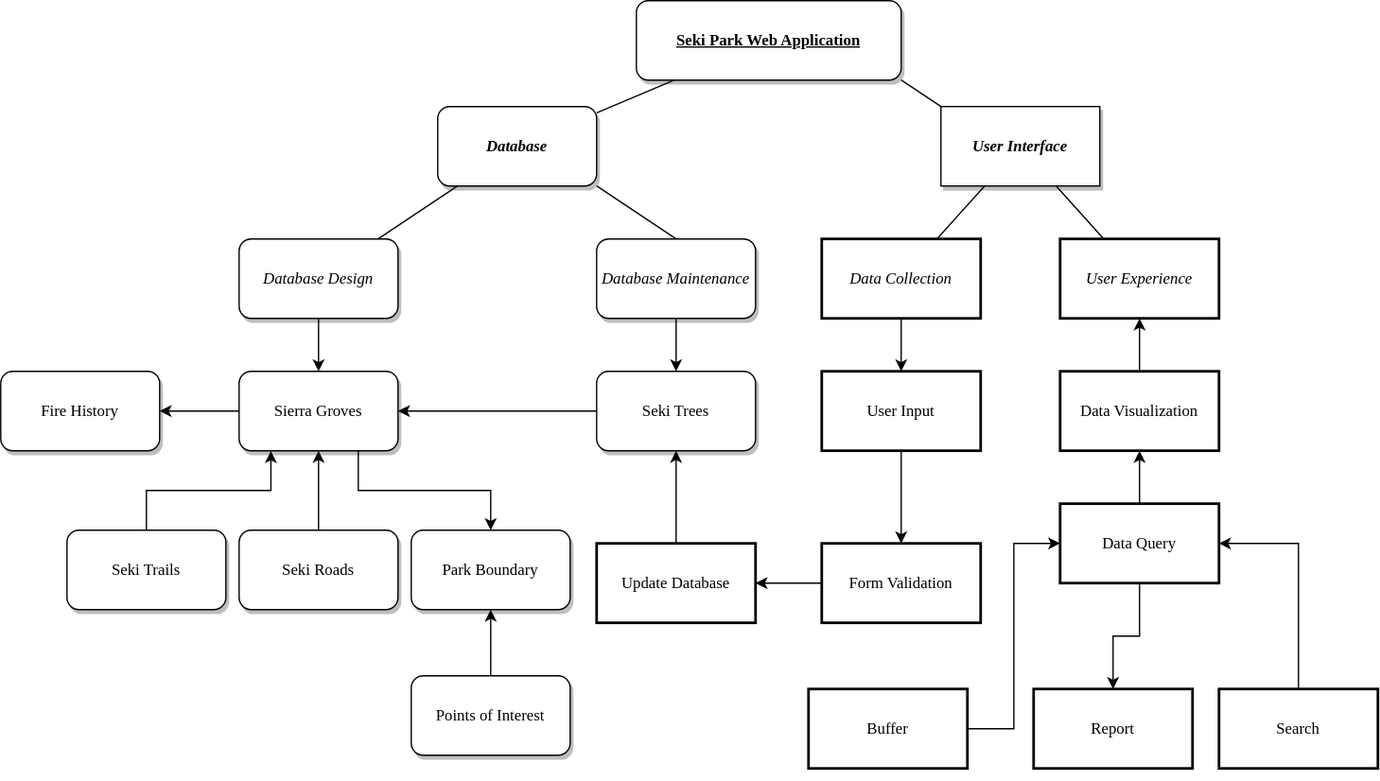
Earlier version of the draw.io export ImplementationDiagram.svg (GrubeG/Geog777_Project2). Source tidied: cells renumbered, new cells last; positions are measured from the earlier drawing's top-left corner, leaving out a move shared by most shapes. Source of this version:
```xml
<mxGraphModel>
  <root>
    <mxCell id="0" />
    <mxCell id="1" parent="0" />
    <mxCell id="2" value="Seki Park Web Application" style="whiteSpace=wrap;html=1;rounded=1;shadow=1;labelBackgroundColor=none;strokeWidth=1;fontFamily=Verdana;fontSize=12;align=center;glass=0;sketch=0;fontStyle=5;" parent="1" vertex="1">
      <mxGeometry x="480" width="200" height="60" as="geometry" />
    </mxCell>
    <mxCell id="3" value="&lt;span&gt;Database&lt;/span&gt;" style="whiteSpace=wrap;html=1;rounded=1;shadow=1;labelBackgroundColor=none;strokeWidth=1;fontFamily=Verdana;fontSize=12;align=center;fontStyle=3;" parent="1" vertex="1">
      <mxGeometry x="330" y="80" width="120" height="60" as="geometry" />
    </mxCell>
    <mxCell id="4" value="&lt;span&gt;User Interface&lt;/span&gt;" style="whiteSpace=wrap;html=1;rounded=0;shadow=1;labelBackgroundColor=none;strokeWidth=1;fontFamily=Verdana;fontSize=12;align=center;fontStyle=3;" parent="1" vertex="1">
      <mxGeometry x="710" y="80" width="120" height="60" as="geometry" />
    </mxCell>
    <mxCell id="5" style="rounded=0;html=1;labelBackgroundColor=none;startArrow=none;startFill=0;startSize=5;endArrow=none;endFill=0;endSize=5;jettySize=auto;strokeWidth=1;fontFamily=Verdana;fontSize=12;" parent="1" edge="1" source="2" target="3">
      <mxGeometry x="0.02" y="-43" relative="1" as="geometry" />
    </mxCell>
    <mxCell id="6" style="edgeStyle=orthogonalEdgeStyle;rounded=0;jettySize=auto;html=1;fontFamily=Verdana;fontSize=12;fontColor=default;" parent="1" edge="1" source="7" target="15">
      <mxGeometry relative="1" as="geometry" />
    </mxCell>
    <mxCell id="7" value="&lt;span&gt;Database Design&lt;/span&gt;" style="whiteSpace=wrap;html=1;rounded=1;shadow=1;labelBackgroundColor=none;strokeWidth=1;fontFamily=Verdana;fontSize=12;align=center;fontStyle=2;" parent="1" vertex="1">
      <mxGeometry x="180" y="180" width="120" height="60" as="geometry" />
    </mxCell>
    <mxCell id="8" style="edgeStyle=orthogonalEdgeStyle;rounded=0;jettySize=auto;html=1;" parent="1" edge="1" source="9" target="39">
      <mxGeometry relative="1" as="geometry" />
    </mxCell>
    <mxCell id="9" value="&lt;span&gt;Database Maintenance&lt;/span&gt;" style="whiteSpace=wrap;html=1;rounded=1;shadow=1;labelBackgroundColor=none;strokeWidth=1;fontFamily=Verdana;fontSize=12;align=center;fontStyle=2;" parent="1" vertex="1">
      <mxGeometry x="450" y="180" width="120" height="60" as="geometry" />
    </mxCell>
    <mxCell id="10" style="edgeStyle=orthogonalEdgeStyle;rounded=0;jettySize=auto;html=1;" parent="1" edge="1" source="11" target="29">
      <mxGeometry relative="1" as="geometry" />
    </mxCell>
    <mxCell id="11" value="&lt;span&gt;Data Collection&lt;/span&gt;" style="whiteSpace=wrap;html=1;rounded=0;shadow=0;labelBackgroundColor=none;strokeWidth=2;fontFamily=Verdana;fontSize=12;align=center;fontStyle=2;" parent="1" vertex="1">
      <mxGeometry x="620" y="180" width="120" height="60" as="geometry" />
    </mxCell>
    <mxCell id="12" value="&lt;span&gt;User Experience&lt;/span&gt;" style="whiteSpace=wrap;html=1;rounded=0;shadow=0;labelBackgroundColor=none;strokeWidth=2;fontFamily=Verdana;fontSize=12;align=center;fontStyle=2;" parent="1" vertex="1">
      <mxGeometry x="800" y="180" width="120" height="60" as="geometry" />
    </mxCell>
    <mxCell id="13" style="edgeStyle=orthogonalEdgeStyle;rounded=0;jettySize=auto;html=1;" parent="1" edge="1" source="15" target="32">
      <mxGeometry relative="1" as="geometry" />
    </mxCell>
    <mxCell id="14" style="edgeStyle=orthogonalEdgeStyle;rounded=0;jettySize=auto;html=1;exitX=0.75;exitY=1;exitDx=0;exitDy=0;" parent="1" edge="1" source="15" target="33">
      <mxGeometry relative="1" as="geometry" />
    </mxCell>
    <mxCell id="15" value="&lt;span&gt;Sierra Groves&lt;/span&gt;" style="whiteSpace=wrap;html=1;rounded=1;shadow=1;labelBackgroundColor=none;strokeWidth=1;fontFamily=Verdana;fontSize=12;align=center;" parent="1" vertex="1">
      <mxGeometry x="180" y="280" width="120" height="60" as="geometry" />
    </mxCell>
    <mxCell id="16" style="rounded=0;html=1;labelBackgroundColor=none;startArrow=none;startFill=0;startSize=5;endArrow=none;endFill=0;endSize=5;jettySize=auto;strokeWidth=1;fontFamily=Verdana;fontSize=12;" parent="1" edge="1" source="3" target="7">
      <mxGeometry x="1" y="-297" relative="1" as="geometry">
        <mxPoint x="-76" y="199" as="offset" />
      </mxGeometry>
    </mxCell>
    <mxCell id="17" style="rounded=0;html=1;labelBackgroundColor=none;startArrow=none;startFill=0;startSize=5;endArrow=none;endFill=0;endSize=5;jettySize=auto;strokeWidth=1;fontFamily=Verdana;fontSize=12;" parent="1" edge="1" source="4" target="11">
      <mxGeometry x="1" y="-90" relative="1" as="geometry" />
    </mxCell>
    <mxCell id="18" style="rounded=0;html=1;labelBackgroundColor=none;startArrow=none;startFill=0;startSize=5;endArrow=none;endFill=0;endSize=5;jettySize=auto;strokeWidth=1;fontFamily=Verdana;fontSize=12;" parent="1" edge="1" source="4" target="12">
      <mxGeometry x="1" y="98" relative="1" as="geometry">
        <mxPoint x="4" y="5" as="offset" />
      </mxGeometry>
    </mxCell>
    <mxCell id="19" style="edgeStyle=orthogonalEdgeStyle;rounded=0;jettySize=auto;html=1;fontFamily=Verdana;fontSize=12;fontColor=default;" parent="1" edge="1" source="20" target="12">
      <mxGeometry relative="1" as="geometry" />
    </mxCell>
    <mxCell id="20" value="&lt;span&gt;Data Visualization&lt;/span&gt;" style="whiteSpace=wrap;html=1;rounded=0;shadow=0;labelBackgroundColor=none;strokeWidth=2;fontFamily=Verdana;fontSize=12;align=center;" parent="1" vertex="1">
      <mxGeometry x="800" y="280" width="120" height="60" as="geometry" />
    </mxCell>
    <mxCell id="21" style="edgeStyle=orthogonalEdgeStyle;rounded=0;jettySize=auto;html=1;fontFamily=Verdana;fontSize=12;fontColor=default;" parent="1" edge="1" source="23" target="20">
      <mxGeometry relative="1" as="geometry" />
    </mxCell>
    <mxCell id="22" style="edgeStyle=orthogonalEdgeStyle;rounded=0;jettySize=auto;html=1;fontFamily=Verdana;fontSize=12;fontColor=default;" parent="1" edge="1" source="23" target="45">
      <mxGeometry relative="1" as="geometry" />
    </mxCell>
    <mxCell id="23" value="&lt;span&gt;Data Query&lt;/span&gt;" style="whiteSpace=wrap;html=1;rounded=0;shadow=0;labelBackgroundColor=none;strokeWidth=2;fontFamily=Verdana;fontSize=12;align=center;" parent="1" vertex="1">
      <mxGeometry x="800" y="380" width="120" height="60" as="geometry" />
    </mxCell>
    <mxCell id="24" style="edgeStyle=orthogonalEdgeStyle;rounded=0;jettySize=auto;html=1;entryX=0;entryY=0.5;entryDx=0;entryDy=0;fontFamily=Verdana;fontSize=12;fontColor=default;" parent="1" edge="1" source="25" target="23">
      <mxGeometry relative="1" as="geometry" />
    </mxCell>
    <mxCell id="25" value="&lt;span&gt;Buffer&lt;/span&gt;" style="whiteSpace=wrap;html=1;rounded=0;shadow=0;labelBackgroundColor=none;strokeWidth=2;fontFamily=Verdana;fontSize=12;align=center;" parent="1" vertex="1">
      <mxGeometry x="610" y="520" width="120" height="60" as="geometry" />
    </mxCell>
    <mxCell id="26" style="edgeStyle=orthogonalEdgeStyle;rounded=0;jettySize=auto;html=1;entryX=1;entryY=0.5;entryDx=0;entryDy=0;fontFamily=Verdana;fontSize=12;fontColor=default;" parent="1" edge="1" source="27" target="23">
      <mxGeometry relative="1" as="geometry" />
    </mxCell>
    <mxCell id="27" value="&lt;span&gt;Search&lt;/span&gt;" style="whiteSpace=wrap;html=1;rounded=0;shadow=0;labelBackgroundColor=none;strokeWidth=2;fontFamily=Verdana;fontSize=12;align=center;" parent="1" vertex="1">
      <mxGeometry x="920" y="520" width="120" height="60" as="geometry" />
    </mxCell>
    <mxCell id="28" style="edgeStyle=orthogonalEdgeStyle;rounded=0;jettySize=auto;html=1;" parent="1" edge="1" source="29" target="41">
      <mxGeometry relative="1" as="geometry" />
    </mxCell>
    <mxCell id="29" value="&lt;span&gt;User Input&lt;/span&gt;" style="whiteSpace=wrap;html=1;rounded=0;shadow=0;labelBackgroundColor=none;strokeWidth=2;fontFamily=Verdana;fontSize=12;align=center;" parent="1" vertex="1">
      <mxGeometry x="620" y="280" width="120" height="60" as="geometry" />
    </mxCell>
    <mxCell id="30" style="edgeStyle=orthogonalEdgeStyle;rounded=0;jettySize=auto;html=1;entryX=0.5;entryY=1;entryDx=0;entryDy=0;" parent="1" edge="1" source="31" target="15">
      <mxGeometry relative="1" as="geometry" />
    </mxCell>
    <mxCell id="31" value="&lt;span&gt;Seki Roads&lt;/span&gt;" style="whiteSpace=wrap;html=1;rounded=1;shadow=1;labelBackgroundColor=none;strokeWidth=1;fontFamily=Verdana;fontSize=12;align=center;" parent="1" vertex="1">
      <mxGeometry x="180" y="400" width="120" height="60" as="geometry" />
    </mxCell>
    <mxCell id="32" value="&lt;span&gt;Fire History&lt;/span&gt;" style="whiteSpace=wrap;html=1;rounded=1;shadow=1;labelBackgroundColor=none;strokeWidth=1;fontFamily=Verdana;fontSize=12;align=center;" parent="1" vertex="1">
      <mxGeometry y="280" width="120" height="60" as="geometry" />
    </mxCell>
    <mxCell id="33" value="&lt;span&gt;Park Boundary&lt;/span&gt;" style="whiteSpace=wrap;html=1;rounded=1;shadow=1;labelBackgroundColor=none;strokeWidth=1;fontFamily=Verdana;fontSize=12;align=center;" parent="1" vertex="1">
      <mxGeometry x="310" y="400" width="120" height="60" as="geometry" />
    </mxCell>
    <mxCell id="34" style="edgeStyle=orthogonalEdgeStyle;rounded=0;jettySize=auto;html=1;" parent="1" edge="1" source="35" target="33">
      <mxGeometry relative="1" as="geometry" />
    </mxCell>
    <mxCell id="35" value="&lt;span&gt;Points of Interest&lt;/span&gt;" style="whiteSpace=wrap;html=1;rounded=1;shadow=1;labelBackgroundColor=none;strokeWidth=1;fontFamily=Verdana;fontSize=12;align=center;" parent="1" vertex="1">
      <mxGeometry x="310" y="510" width="120" height="60" as="geometry" />
    </mxCell>
    <mxCell id="36" style="edgeStyle=orthogonalEdgeStyle;rounded=0;jettySize=auto;html=1;entryX=0.2;entryY=1.003;entryDx=0;entryDy=0;entryPerimeter=0;" parent="1" edge="1" source="37" target="15">
      <mxGeometry relative="1" as="geometry">
        <Array as="points">
          <mxPoint x="110" y="370" />
          <mxPoint x="204" y="370" />
        </Array>
      </mxGeometry>
    </mxCell>
    <mxCell id="37" value="&lt;span&gt;Seki Trails&lt;/span&gt;" style="whiteSpace=wrap;html=1;rounded=1;shadow=1;labelBackgroundColor=none;strokeWidth=1;fontFamily=Verdana;fontSize=12;align=center;" parent="1" vertex="1">
      <mxGeometry x="50" y="400" width="120" height="60" as="geometry" />
    </mxCell>
    <mxCell id="38" style="edgeStyle=orthogonalEdgeStyle;rounded=0;jettySize=auto;html=1;entryX=1;entryY=0.5;entryDx=0;entryDy=0;" parent="1" edge="1" source="39" target="15">
      <mxGeometry relative="1" as="geometry" />
    </mxCell>
    <mxCell id="39" value="&lt;span&gt;Seki Trees&lt;/span&gt;" style="whiteSpace=wrap;html=1;rounded=1;shadow=1;labelBackgroundColor=none;strokeWidth=1;fontFamily=Verdana;fontSize=12;align=center;" parent="1" vertex="1">
      <mxGeometry x="450" y="280" width="120" height="60" as="geometry" />
    </mxCell>
    <mxCell id="40" style="edgeStyle=orthogonalEdgeStyle;rounded=0;jettySize=auto;html=1;" parent="1" edge="1" source="41" target="43">
      <mxGeometry relative="1" as="geometry" />
    </mxCell>
    <mxCell id="41" value="&lt;span&gt;Form Validation&lt;/span&gt;" style="whiteSpace=wrap;html=1;rounded=0;shadow=0;labelBackgroundColor=none;strokeWidth=2;fontFamily=Verdana;fontSize=12;align=center;" parent="1" vertex="1">
      <mxGeometry x="620" y="410" width="120" height="60" as="geometry" />
    </mxCell>
    <mxCell id="42" style="edgeStyle=orthogonalEdgeStyle;rounded=0;jettySize=auto;html=1;" parent="1" edge="1" source="43" target="39">
      <mxGeometry relative="1" as="geometry" />
    </mxCell>
    <mxCell id="43" value="&lt;span&gt;Update Database&lt;/span&gt;" style="whiteSpace=wrap;html=1;rounded=0;shadow=0;labelBackgroundColor=none;strokeWidth=2;fontFamily=Verdana;fontSize=12;align=center;" parent="1" vertex="1">
      <mxGeometry x="450" y="410" width="120" height="60" as="geometry" />
    </mxCell>
    <mxCell id="44" style="edgeStyle=orthogonalEdgeStyle;rounded=0;orthogonalLoop=1;jettySize=auto;html=1;exitX=0.5;exitY=1;exitDx=0;exitDy=0;fontFamily=Verdana;fontSize=12;fontColor=default;" parent="1" edge="1" source="25" target="25">
      <mxGeometry relative="1" as="geometry" />
    </mxCell>
    <mxCell id="45" value="&lt;span&gt;Report&lt;/span&gt;" style="whiteSpace=wrap;html=1;rounded=0;shadow=0;labelBackgroundColor=none;strokeWidth=2;fontFamily=Verdana;fontSize=12;align=center;" parent="1" vertex="1">
      <mxGeometry x="780" y="520" width="120" height="60" as="geometry" />
    </mxCell>
    <mxCell id="46" style="rounded=0;html=1;labelBackgroundColor=none;startArrow=none;startFill=0;startSize=5;endArrow=none;endFill=0;endSize=5;jettySize=auto;strokeWidth=1;fontFamily=Verdana;fontSize=12;entryX=1;entryY=1;entryDx=0;entryDy=0;exitX=0.5;exitY=0;exitDx=0;exitDy=0;" parent="1" edge="1" source="9" target="3">
      <mxGeometry x="1" y="-90" relative="1" as="geometry" />
    </mxCell>
    <mxCell id="47" style="rounded=0;html=1;labelBackgroundColor=none;startArrow=none;startFill=0;startSize=5;endArrow=none;endFill=0;endSize=5;jettySize=auto;strokeWidth=1;fontFamily=Verdana;fontSize=12;exitX=1;exitY=1;exitDx=0;exitDy=0;entryX=0;entryY=0;entryDx=0;entryDy=0;" parent="1" edge="1" source="2" target="4">
      <mxGeometry x="0.02" y="-43" relative="1" as="geometry" />
    </mxCell>
  </root>
</mxGraphModel>
```
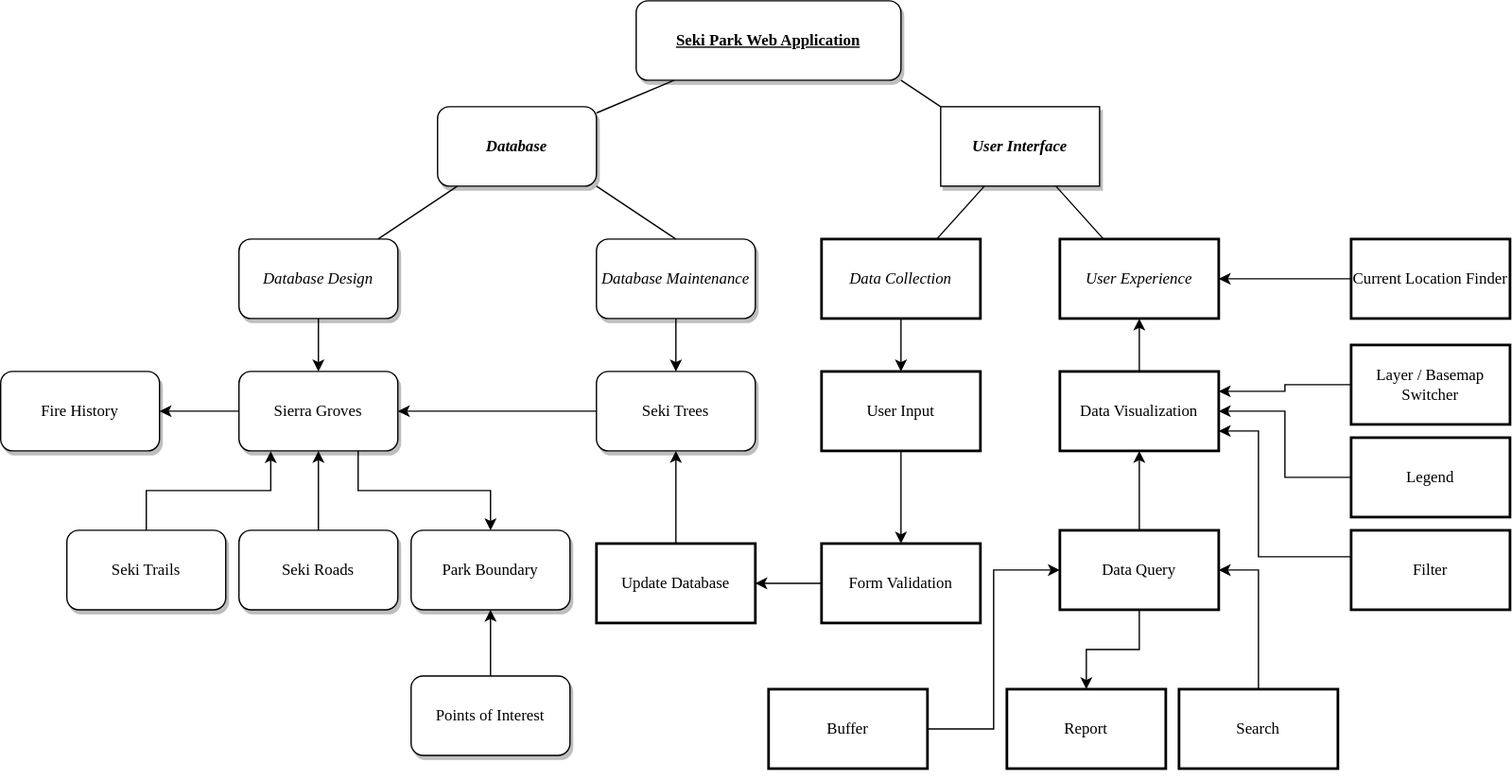
The same diagram one commit later.

Change to the diagram source:
```diff
@@ -70,19 +70,19 @@
       <mxGeometry relative="1" as="geometry" />
     </mxCell>
     <mxCell id="23" value="&lt;span&gt;Data Query&lt;/span&gt;" style="whiteSpace=wrap;html=1;rounded=0;shadow=0;labelBackgroundColor=none;strokeWidth=2;fontFamily=Verdana;fontSize=12;align=center;" parent="1" vertex="1">
-      <mxGeometry x="800" y="380" width="120" height="60" as="geometry" />
+      <mxGeometry x="800" y="400" width="120" height="60" as="geometry" />
     </mxCell>
     <mxCell id="24" style="edgeStyle=orthogonalEdgeStyle;rounded=0;jettySize=auto;html=1;entryX=0;entryY=0.5;entryDx=0;entryDy=0;fontFamily=Verdana;fontSize=12;fontColor=default;" parent="1" edge="1" source="25" target="23">
       <mxGeometry relative="1" as="geometry" />
     </mxCell>
     <mxCell id="25" value="&lt;span&gt;Buffer&lt;/span&gt;" style="whiteSpace=wrap;html=1;rounded=0;shadow=0;labelBackgroundColor=none;strokeWidth=2;fontFamily=Verdana;fontSize=12;align=center;" parent="1" vertex="1">
-      <mxGeometry x="610" y="520" width="120" height="60" as="geometry" />
+      <mxGeometry x="580" y="520" width="120" height="60" as="geometry" />
     </mxCell>
     <mxCell id="26" style="edgeStyle=orthogonalEdgeStyle;rounded=0;jettySize=auto;html=1;entryX=1;entryY=0.5;entryDx=0;entryDy=0;fontFamily=Verdana;fontSize=12;fontColor=default;" parent="1" edge="1" source="27" target="23">
       <mxGeometry relative="1" as="geometry" />
     </mxCell>
     <mxCell id="27" value="&lt;span&gt;Search&lt;/span&gt;" style="whiteSpace=wrap;html=1;rounded=0;shadow=0;labelBackgroundColor=none;strokeWidth=2;fontFamily=Verdana;fontSize=12;align=center;" parent="1" vertex="1">
-      <mxGeometry x="920" y="520" width="120" height="60" as="geometry" />
+      <mxGeometry x="890" y="520" width="120" height="60" as="geometry" />
     </mxCell>
     <mxCell id="28" style="edgeStyle=orthogonalEdgeStyle;rounded=0;jettySize=auto;html=1;" parent="1" edge="1" source="29" target="41">
       <mxGeometry relative="1" as="geometry" />
@@ -141,7 +141,7 @@
       <mxGeometry relative="1" as="geometry" />
     </mxCell>
     <mxCell id="45" value="&lt;span&gt;Report&lt;/span&gt;" style="whiteSpace=wrap;html=1;rounded=0;shadow=0;labelBackgroundColor=none;strokeWidth=2;fontFamily=Verdana;fontSize=12;align=center;" parent="1" vertex="1">
-      <mxGeometry x="780" y="520" width="120" height="60" as="geometry" />
+      <mxGeometry x="760" y="520" width="120" height="60" as="geometry" />
     </mxCell>
     <mxCell id="46" style="rounded=0;html=1;labelBackgroundColor=none;startArrow=none;startFill=0;startSize=5;endArrow=none;endFill=0;endSize=5;jettySize=auto;strokeWidth=1;fontFamily=Verdana;fontSize=12;entryX=1;entryY=1;entryDx=0;entryDy=0;exitX=0.5;exitY=0;exitDx=0;exitDy=0;" parent="1" edge="1" source="9" target="3">
       <mxGeometry x="1" y="-90" relative="1" as="geometry" />
@@ -149,5 +149,34 @@
     <mxCell id="47" style="rounded=0;html=1;labelBackgroundColor=none;startArrow=none;startFill=0;startSize=5;endArrow=none;endFill=0;endSize=5;jettySize=auto;strokeWidth=1;fontFamily=Verdana;fontSize=12;exitX=1;exitY=1;exitDx=0;exitDy=0;entryX=0;entryY=0;entryDx=0;entryDy=0;" parent="1" edge="1" source="2" target="4">
       <mxGeometry x="0.02" y="-43" relative="1" as="geometry" />
     </mxCell>
+    <mxCell id="48" style="edgeStyle=orthogonalEdgeStyle;rounded=0;jettySize=auto;html=1;" parent="1" edge="1" source="49" target="12">
+      <mxGeometry relative="1" as="geometry" />
+    </mxCell>
+    <mxCell id="49" value="&lt;span&gt;Current Location Finder&lt;/span&gt;" style="whiteSpace=wrap;html=1;rounded=0;shadow=0;labelBackgroundColor=none;strokeWidth=2;fontFamily=Verdana;fontSize=12;align=center;" parent="1" vertex="1">
+      <mxGeometry x="1020" y="180" width="120" height="60" as="geometry" />
+    </mxCell>
+    <mxCell id="50" style="edgeStyle=orthogonalEdgeStyle;rounded=0;jettySize=auto;html=1;entryX=1;entryY=0.25;entryDx=0;entryDy=0;" parent="1" edge="1" source="51" target="20">
+      <mxGeometry relative="1" as="geometry" />
+    </mxCell>
+    <mxCell id="51" value="&lt;span&gt;Layer / Basemap Switcher&lt;/span&gt;" style="whiteSpace=wrap;html=1;rounded=0;shadow=0;labelBackgroundColor=none;strokeWidth=2;fontFamily=Verdana;fontSize=12;align=center;" parent="1" vertex="1">
+      <mxGeometry x="1020" y="260" width="120" height="60" as="geometry" />
+    </mxCell>
+    <mxCell id="52" style="edgeStyle=orthogonalEdgeStyle;rounded=0;jettySize=auto;html=1;entryX=1;entryY=0.5;entryDx=0;entryDy=0;" parent="1" edge="1" source="53" target="20">
+      <mxGeometry relative="1" as="geometry" />
+    </mxCell>
+    <mxCell id="53" value="&lt;span&gt;Legend&lt;/span&gt;" style="whiteSpace=wrap;html=1;rounded=0;shadow=0;labelBackgroundColor=none;strokeWidth=2;fontFamily=Verdana;fontSize=12;align=center;" parent="1" vertex="1">
+      <mxGeometry x="1020" y="330" width="120" height="60" as="geometry" />
+    </mxCell>
+    <mxCell id="54" style="edgeStyle=orthogonalEdgeStyle;rounded=0;jettySize=auto;html=1;entryX=1;entryY=0.75;entryDx=0;entryDy=0;" parent="1" edge="1" source="55" target="20">
+      <mxGeometry relative="1" as="geometry">
+        <Array as="points">
+          <mxPoint x="950" y="420" />
+          <mxPoint x="950" y="325" />
+        </Array>
+      </mxGeometry>
+    </mxCell>
+    <mxCell id="55" value="&lt;span&gt;Filter&lt;/span&gt;" style="whiteSpace=wrap;html=1;rounded=0;shadow=0;labelBackgroundColor=none;strokeWidth=2;fontFamily=Verdana;fontSize=12;align=center;" parent="1" vertex="1">
+      <mxGeometry x="1020" y="400" width="120" height="60" as="geometry" />
+    </mxCell>
   </root>
 </mxGraphModel>
```
